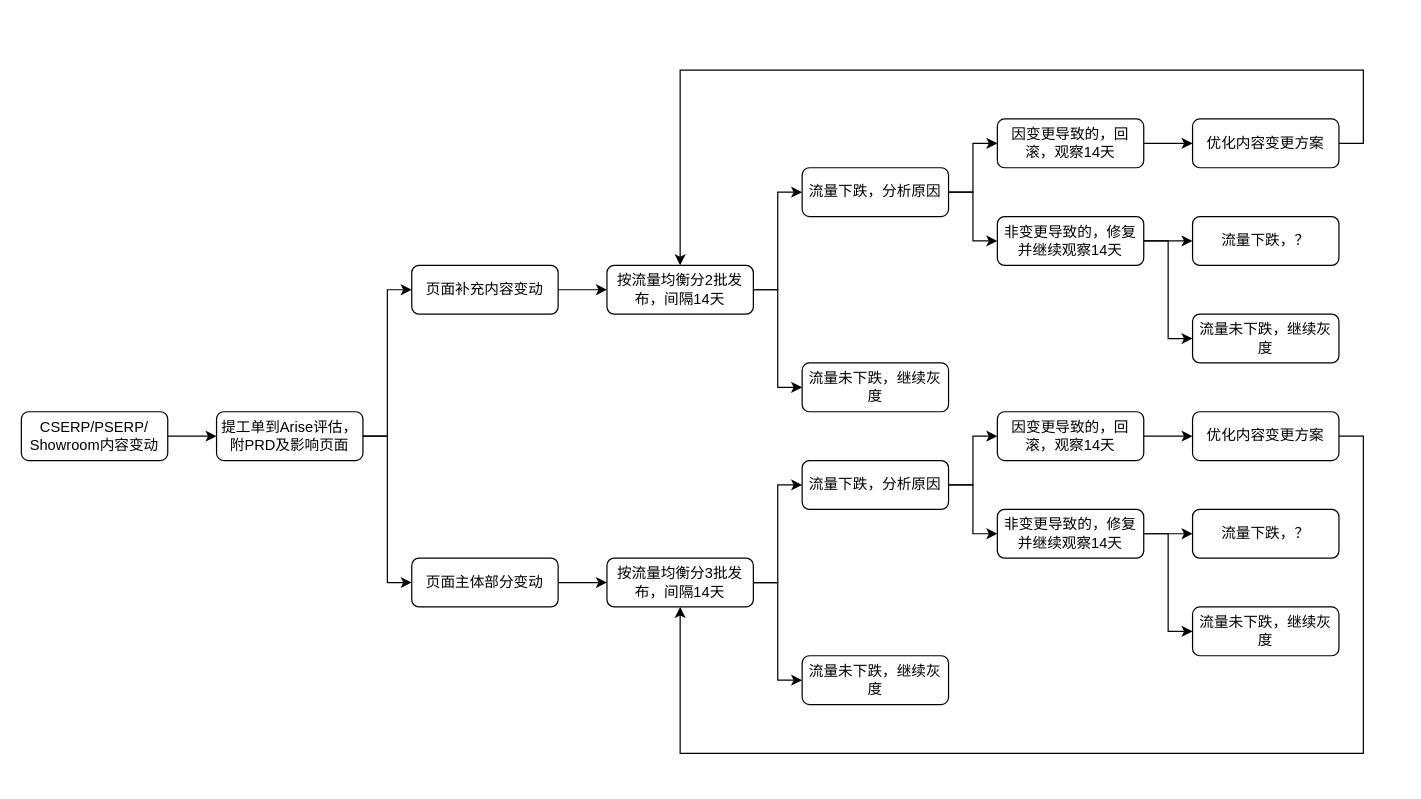
Earlier version of the draw.io diagram drawio/页面变动灰度方案.drawio (VisableHarry/seo-drawio). Source tidied: cells renumbered, new cells numbered last; positions are measured from the earlier drawing's top-left corner, leaving out a move shared by most shapes. Both pictures are drawn from the tidied source at 122%, with x=0, y=0 at pixel (21, 70).
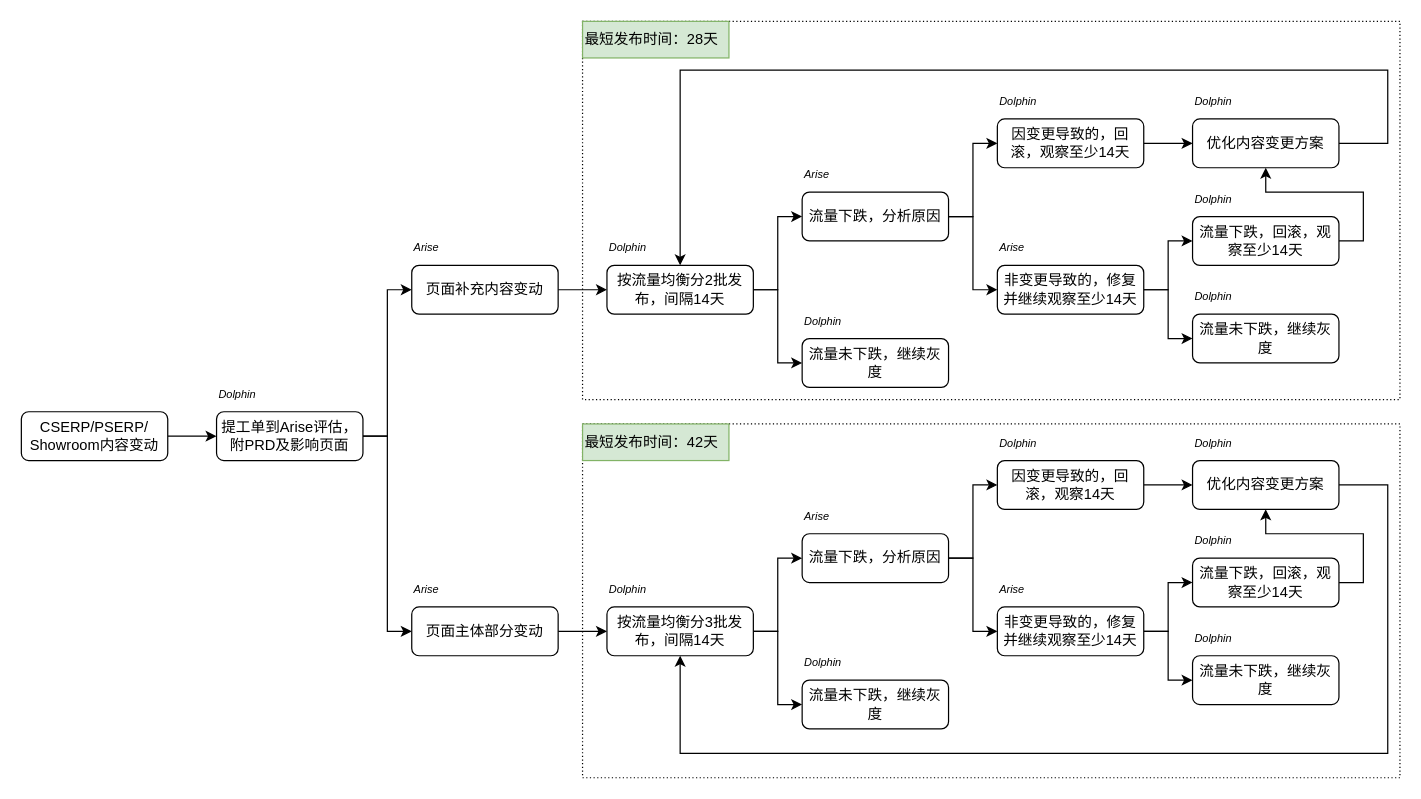
The same page after the edit.

Commit message (it also covers changes not shown here):
更新页面变动灰度方案.drawio

The change refers to these unchanged cells:
```xml
<mxCell id="13" value="按流量均衡分2批发布，间隔14天" style="rounded=1;whiteSpace=wrap;html=1;" parent="1" vertex="1">
  <mxGeometry x="480" y="160" width="120" height="40" as="geometry" />
</mxCell>
<mxCell id="21" value="优化内容变更方案" style="rounded=1;whiteSpace=wrap;html=1;" parent="1" vertex="1">
  <mxGeometry x="960" y="40" width="120" height="40" as="geometry" />
</mxCell>
```

The edit, as a diff of the source:
```diff
@@
+    <mxCell id="43" style="rounded=0;whiteSpace=wrap;html=1;fillColor=none;dashed=1;dashPattern=1 2;" parent="1" vertex="1">
+      <mxGeometry x="460" y="290" width="670" height="290" as="geometry" />
+    </mxCell>
+    <mxCell id="44" style="rounded=0;whiteSpace=wrap;html=1;fillColor=none;dashed=1;dashPattern=1 2;" parent="1" vertex="1">
+      <mxGeometry x="460" y="-40" width="670" height="310" as="geometry" />
+    </mxCell>
@@
     <mxCell id="10" value="页面主体部分变动" style="rounded=1;whiteSpace=wrap;html=1;" parent="1" vertex="1">
-      <mxGeometry x="320" y="400" width="120" height="40" as="geometry" />
+      <mxGeometry x="320" y="440" width="120" height="40" as="geometry" />
     </mxCell>
@@
     <mxCell id="16" value="流量下跌，分析原因" style="rounded=1;whiteSpace=wrap;html=1;" parent="1" vertex="1">
-      <mxGeometry x="640" y="80" width="120" height="40" as="geometry" />
+      <mxGeometry x="640" y="100" width="120" height="40" as="geometry" />
     </mxCell>
     <mxCell id="17" value="流量未下跌，继续灰度" style="rounded=1;whiteSpace=wrap;html=1;" parent="1" vertex="1">
-      <mxGeometry x="640" y="240" width="120" height="40" as="geometry" />
+      <mxGeometry x="640" y="220" width="120" height="40" as="geometry" />
     </mxCell>
@@
-    <mxCell id="19" value="因变更导致的，回滚，观察14天" style="rounded=1;whiteSpace=wrap;html=1;" parent="1" vertex="1">
+    <mxCell id="19" value="因变更导致的，回滚，观察至少14天" style="rounded=1;whiteSpace=wrap;html=1;" parent="1" vertex="1">
       <mxGeometry x="800" y="40" width="120" height="40" as="geometry" />
     </mxCell>
     <mxCell id="20" style="edgeStyle=orthogonalEdgeStyle;rounded=0;jettySize=auto;html=1;exitX=1;exitY=0.5;exitDx=0;exitDy=0;entryX=0.5;entryY=0;entryDx=0;entryDy=0;" parent="1" edge="1" source="21" target="13">
       <mxGeometry relative="1" as="geometry">
         <Array as="points">
-          <mxPoint x="1100" y="60" />
-          <mxPoint x="1100" />
+          <mxPoint x="1120" y="60" />
+          <mxPoint x="1120" />
           <mxPoint x="540" />
         </Array>
       </mxGeometry>
     </mxCell>
@@
     <mxCell id="24" value="按流量均衡分3批发布，间隔14天" style="rounded=1;whiteSpace=wrap;html=1;" parent="1" vertex="1">
-      <mxGeometry x="480" y="400" width="120" height="40" as="geometry" />
+      <mxGeometry x="480" y="440" width="120" height="40" as="geometry" />
     </mxCell>
@@
     <mxCell id="27" value="流量下跌，分析原因" style="rounded=1;whiteSpace=wrap;html=1;" parent="1" vertex="1">
-      <mxGeometry x="640" y="320" width="120" height="40" as="geometry" />
+      <mxGeometry x="640" y="380" width="120" height="40" as="geometry" />
     </mxCell>
     <mxCell id="28" value="流量未下跌，继续灰度" style="rounded=1;whiteSpace=wrap;html=1;" parent="1" vertex="1">
-      <mxGeometry x="640" y="480" width="120" height="40" as="geometry" />
+      <mxGeometry x="640" y="500" width="120" height="40" as="geometry" />
     </mxCell>
@@
     <mxCell id="30" value="因变更导致的，回滚，观察14天" style="rounded=1;whiteSpace=wrap;html=1;" parent="1" vertex="1">
-      <mxGeometry x="800" y="280" width="120" height="40" as="geometry" />
+      <mxGeometry x="800" y="320" width="120" height="40" as="geometry" />
     </mxCell>
     <mxCell id="31" style="edgeStyle=orthogonalEdgeStyle;rounded=0;jettySize=auto;html=1;exitX=1;exitY=0.5;exitDx=0;exitDy=0;entryX=0.5;entryY=1;entryDx=0;entryDy=0;" parent="1" edge="1" source="32" target="24">
       <mxGeometry relative="1" as="geometry">
         <Array as="points">
-          <mxPoint x="1100" y="300" />
-          <mxPoint x="1100" y="560" />
+          <mxPoint x="1120" y="340" />
+          <mxPoint x="1120" y="560" />
           <mxPoint x="540" y="560" />
         </Array>
       </mxGeometry>
     </mxCell>
     <mxCell id="32" value="优化内容变更方案" style="rounded=1;whiteSpace=wrap;html=1;" parent="1" vertex="1">
-      <mxGeometry x="960" y="280" width="120" height="40" as="geometry" />
+      <mxGeometry x="960" y="320" width="120" height="40" as="geometry" />
     </mxCell>
@@
-    <mxCell id="35" value="非变更导致的，修复并继续观察14天" style="rounded=1;whiteSpace=wrap;html=1;" parent="1" vertex="1">
-      <mxGeometry x="800" y="120" width="120" height="40" as="geometry" />
+    <mxCell id="35" value="非变更导致的，修复并继续观察至少14天" style="rounded=1;whiteSpace=wrap;html=1;" parent="1" vertex="1">
+      <mxGeometry x="800" y="160" width="120" height="40" as="geometry" />
     </mxCell>
@@
-    <mxCell id="38" value="非变更导致的，修复并继续观察14天" style="rounded=1;whiteSpace=wrap;html=1;" parent="1" vertex="1">
-      <mxGeometry x="800" y="360" width="120" height="40" as="geometry" />
+    <mxCell id="38" value="非变更导致的，修复并继续观察至少14天" style="rounded=1;whiteSpace=wrap;html=1;" parent="1" vertex="1">
+      <mxGeometry x="800" y="440" width="120" height="40" as="geometry" />
     </mxCell>
+    <mxCell id="45" style="edgeStyle=orthogonalEdgeStyle;rounded=0;jettySize=auto;html=1;exitX=1;exitY=0.5;exitDx=0;exitDy=0;entryX=0.5;entryY=1;entryDx=0;entryDy=0;" parent="1" edge="1" source="39" target="21">
+      <mxGeometry relative="1" as="geometry" />
+    </mxCell>
-    <mxCell id="39" value="流量下跌，？" style="rounded=1;whiteSpace=wrap;html=1;" parent="1" vertex="1">
+    <mxCell id="39" value="流量下跌，回滚，观察至少14天" style="rounded=1;whiteSpace=wrap;html=1;" parent="1" vertex="1">
       <mxGeometry x="960" y="120" width="120" height="40" as="geometry" />
     </mxCell>
@@
+    <mxCell id="46" style="edgeStyle=orthogonalEdgeStyle;rounded=0;jettySize=auto;html=1;exitX=1;exitY=0.5;exitDx=0;exitDy=0;entryX=0.5;entryY=1;entryDx=0;entryDy=0;" parent="1" edge="1" source="41" target="32">
+      <mxGeometry relative="1" as="geometry" />
+    </mxCell>
-    <mxCell id="41" value="流量下跌，？" style="rounded=1;whiteSpace=wrap;html=1;" parent="1" vertex="1">
-      <mxGeometry x="960" y="360" width="120" height="40" as="geometry" />
+    <mxCell id="41" value="流量下跌，回滚，观察至少14天" style="rounded=1;whiteSpace=wrap;html=1;" parent="1" vertex="1">
+      <mxGeometry x="960" y="400" width="120" height="40" as="geometry" />
     </mxCell>
     <mxCell id="42" value="流量未下跌，继续灰度" style="rounded=1;whiteSpace=wrap;html=1;" parent="1" vertex="1">
-      <mxGeometry x="960" y="440" width="120" height="40" as="geometry" />
+      <mxGeometry x="960" y="480" width="120" height="40" as="geometry" />
     </mxCell>
+    <mxCell id="47" value="&lt;font style=&quot;font-size: 9px;&quot;&gt;&lt;i&gt;Dolphin&lt;/i&gt;&lt;/font&gt;" style="text;html=1;align=left;verticalAlign=middle;whiteSpace=wrap;rounded=0;" parent="1" vertex="1">
+      <mxGeometry x="160" y="250" width="40" height="30" as="geometry" />
+    </mxCell>
+    <mxCell id="48" value="&lt;font style=&quot;font-size: 9px;&quot;&gt;&lt;i&gt;Arise&lt;/i&gt;&lt;/font&gt;" style="text;html=1;align=left;verticalAlign=middle;whiteSpace=wrap;rounded=0;" parent="1" vertex="1">
+      <mxGeometry x="320" y="130" width="40" height="30" as="geometry" />
+    </mxCell>
+    <mxCell id="49" value="&lt;font style=&quot;font-size: 9px;&quot;&gt;&lt;i&gt;Arise&lt;/i&gt;&lt;/font&gt;" style="text;html=1;align=left;verticalAlign=middle;whiteSpace=wrap;rounded=0;" parent="1" vertex="1">
+      <mxGeometry x="320" y="410" width="40" height="30" as="geometry" />
+    </mxCell>
+    <mxCell id="50" value="&lt;font style=&quot;font-size: 9px;&quot;&gt;&lt;i&gt;Dolphin&lt;/i&gt;&lt;/font&gt;" style="text;html=1;align=left;verticalAlign=middle;whiteSpace=wrap;rounded=0;" parent="1" vertex="1">
+      <mxGeometry x="480" y="130" width="40" height="30" as="geometry" />
+    </mxCell>
+    <mxCell id="51" value="&lt;font style=&quot;font-size: 9px;&quot;&gt;&lt;i&gt;Dolphin&lt;/i&gt;&lt;/font&gt;" style="text;html=1;align=left;verticalAlign=middle;whiteSpace=wrap;rounded=0;" parent="1" vertex="1">
+      <mxGeometry x="480" y="410" width="40" height="30" as="geometry" />
+    </mxCell>
+    <mxCell id="52" value="&lt;font style=&quot;font-size: 9px;&quot;&gt;&lt;i&gt;Arise&lt;/i&gt;&lt;/font&gt;" style="text;html=1;align=left;verticalAlign=middle;whiteSpace=wrap;rounded=0;" parent="1" vertex="1">
+      <mxGeometry x="640" y="70" width="40" height="30" as="geometry" />
+    </mxCell>
+    <mxCell id="53" value="&lt;font style=&quot;font-size: 9px;&quot;&gt;&lt;i&gt;Arise&lt;/i&gt;&lt;/font&gt;" style="text;html=1;align=left;verticalAlign=middle;whiteSpace=wrap;rounded=0;" parent="1" vertex="1">
+      <mxGeometry x="640" y="350" width="40" height="30" as="geometry" />
+    </mxCell>
+    <mxCell id="54" value="&lt;font style=&quot;font-size: 9px;&quot;&gt;&lt;i&gt;Dolphin&lt;/i&gt;&lt;/font&gt;" style="text;html=1;align=left;verticalAlign=middle;whiteSpace=wrap;rounded=0;" parent="1" vertex="1">
+      <mxGeometry x="640" y="190" width="40" height="30" as="geometry" />
+    </mxCell>
+    <mxCell id="55" value="&lt;font style=&quot;font-size: 9px;&quot;&gt;&lt;i&gt;Dolphin&lt;/i&gt;&lt;/font&gt;" style="text;html=1;align=left;verticalAlign=middle;whiteSpace=wrap;rounded=0;" parent="1" vertex="1">
+      <mxGeometry x="640" y="470" width="40" height="30" as="geometry" />
+    </mxCell>
+    <mxCell id="56" value="&lt;font style=&quot;font-size: 9px;&quot;&gt;&lt;i&gt;Arise&lt;/i&gt;&lt;/font&gt;" style="text;html=1;align=left;verticalAlign=middle;whiteSpace=wrap;rounded=0;" parent="1" vertex="1">
+      <mxGeometry x="800" y="130" width="40" height="30" as="geometry" />
+    </mxCell>
+    <mxCell id="57" value="&lt;font style=&quot;font-size: 9px;&quot;&gt;&lt;i&gt;Arise&lt;/i&gt;&lt;/font&gt;" style="text;html=1;align=left;verticalAlign=middle;whiteSpace=wrap;rounded=0;" parent="1" vertex="1">
+      <mxGeometry x="800" y="410" width="40" height="30" as="geometry" />
+    </mxCell>
+    <mxCell id="58" value="&lt;font style=&quot;font-size: 9px;&quot;&gt;&lt;i&gt;Dolphin&lt;/i&gt;&lt;/font&gt;" style="text;html=1;align=left;verticalAlign=middle;whiteSpace=wrap;rounded=0;" parent="1" vertex="1">
+      <mxGeometry x="800" y="10" width="40" height="30" as="geometry" />
+    </mxCell>
+    <mxCell id="59" value="&lt;font style=&quot;font-size: 9px;&quot;&gt;&lt;i&gt;Dolphin&lt;/i&gt;&lt;/font&gt;" style="text;html=1;align=left;verticalAlign=middle;whiteSpace=wrap;rounded=0;" parent="1" vertex="1">
+      <mxGeometry x="960" y="10" width="40" height="30" as="geometry" />
+    </mxCell>
+    <mxCell id="60" value="&lt;font style=&quot;font-size: 9px;&quot;&gt;&lt;i&gt;Dolphin&lt;/i&gt;&lt;/font&gt;" style="text;html=1;align=left;verticalAlign=middle;whiteSpace=wrap;rounded=0;" parent="1" vertex="1">
+      <mxGeometry x="960" y="90" width="40" height="30" as="geometry" />
+    </mxCell>
+    <mxCell id="61" value="&lt;font style=&quot;font-size: 9px;&quot;&gt;&lt;i&gt;Dolphin&lt;/i&gt;&lt;/font&gt;" style="text;html=1;align=left;verticalAlign=middle;whiteSpace=wrap;rounded=0;" parent="1" vertex="1">
+      <mxGeometry x="960" y="170" width="40" height="30" as="geometry" />
+    </mxCell>
+    <mxCell id="62" value="&lt;font style=&quot;font-size: 9px;&quot;&gt;&lt;i&gt;Dolphin&lt;/i&gt;&lt;/font&gt;" style="text;html=1;align=left;verticalAlign=middle;whiteSpace=wrap;rounded=0;" parent="1" vertex="1">
+      <mxGeometry x="960" y="290" width="40" height="30" as="geometry" />
+    </mxCell>
+    <mxCell id="63" value="&lt;font style=&quot;font-size: 9px;&quot;&gt;&lt;i&gt;Dolphin&lt;/i&gt;&lt;/font&gt;" style="text;html=1;align=left;verticalAlign=middle;whiteSpace=wrap;rounded=0;" parent="1" vertex="1">
+      <mxGeometry x="960" y="370" width="40" height="30" as="geometry" />
+    </mxCell>
+    <mxCell id="64" value="&lt;font style=&quot;font-size: 9px;&quot;&gt;&lt;i&gt;Dolphin&lt;/i&gt;&lt;/font&gt;" style="text;html=1;align=left;verticalAlign=middle;whiteSpace=wrap;rounded=0;" parent="1" vertex="1">
+      <mxGeometry x="960" y="450" width="40" height="30" as="geometry" />
+    </mxCell>
+    <mxCell id="65" value="&lt;font style=&quot;font-size: 9px;&quot;&gt;&lt;i&gt;Dolphin&lt;/i&gt;&lt;/font&gt;" style="text;html=1;align=left;verticalAlign=middle;whiteSpace=wrap;rounded=0;" parent="1" vertex="1">
+      <mxGeometry x="800" y="290" width="40" height="30" as="geometry" />
+    </mxCell>
+    <mxCell id="66" value="最短发布时间：28天" style="text;html=1;align=left;verticalAlign=middle;whiteSpace=wrap;rounded=0;fillColor=#d5e8d4;strokeColor=#82b366;" parent="1" vertex="1">
+      <mxGeometry x="460" y="-40" width="120" height="30" as="geometry" />
+    </mxCell>
+    <mxCell id="67" value="最短发布时间：42天" style="text;html=1;align=left;verticalAlign=middle;whiteSpace=wrap;rounded=0;fillColor=#d5e8d4;strokeColor=#82b366;" parent="1" vertex="1">
+      <mxGeometry x="460" y="290" width="120" height="30" as="geometry" />
+    </mxCell>
```
